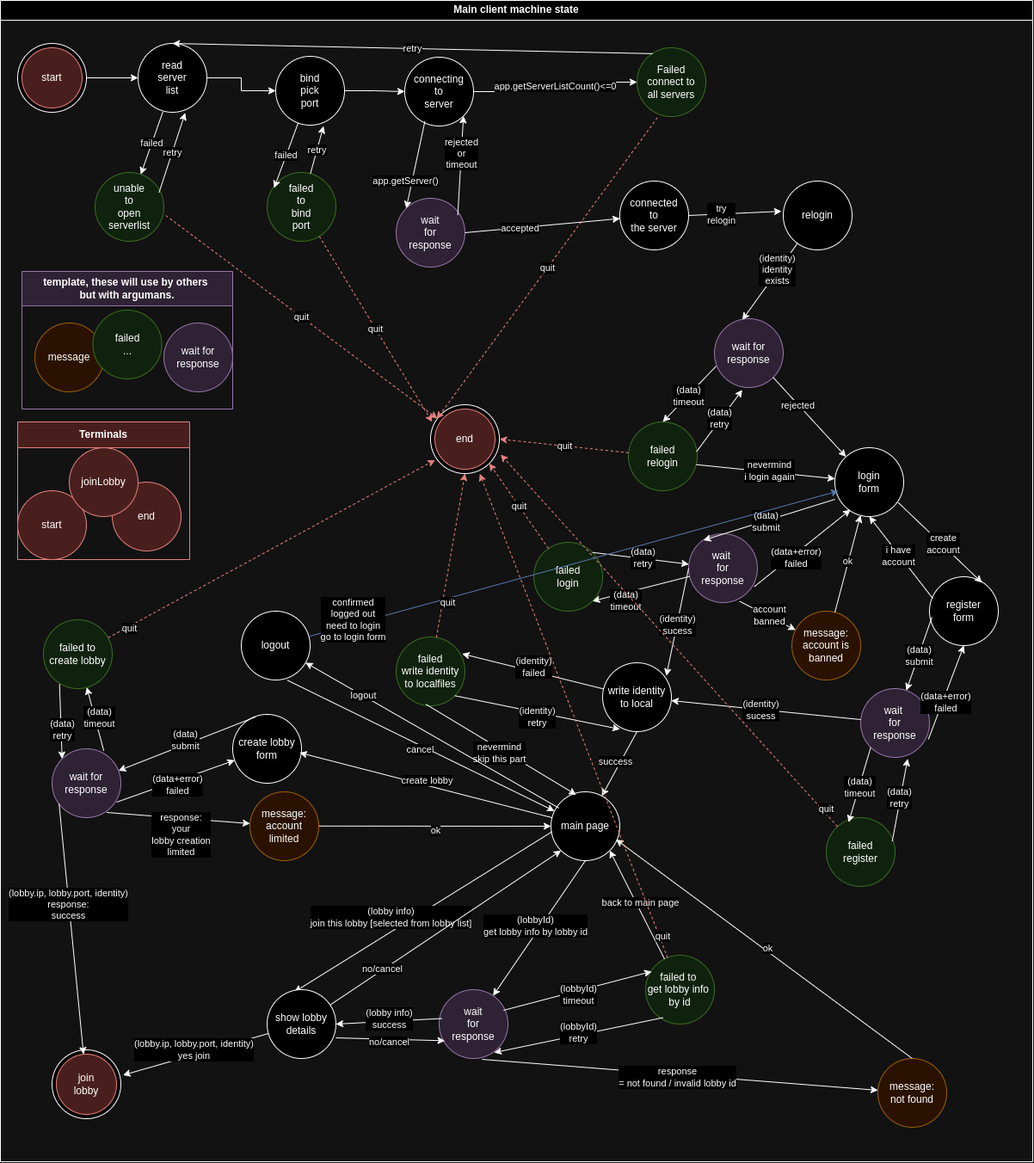
This is docs/machine-state/main-client/main-client-machine-states-dark.png from turnaduw/fluffyMultiplayer, a draw.io export, as it was before one commit. Source tidied: cells renumbered, new cells last; positions are measured from the earlier drawing's top-left corner, leaving out a move shared by most shapes.
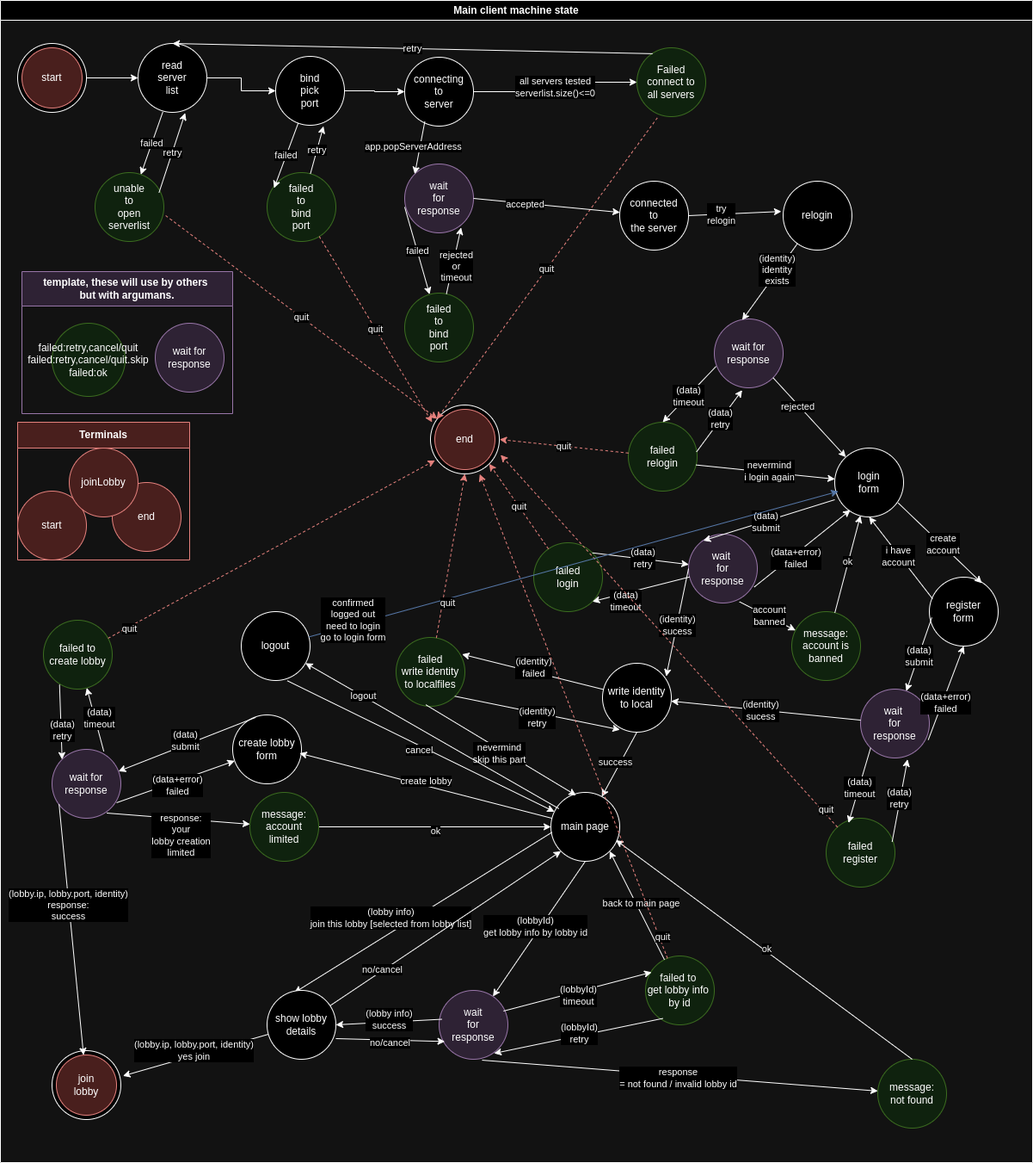
Above is the later version.

Commit message:
doc mainclient machine state updated.

What changed in the source:
```diff
@@ -44,7 +44,7 @@
     <mxCell id="15" value="bind&lt;br&gt;pick&lt;br&gt;port" style="ellipse;whiteSpace=wrap;html=1;" parent="2" vertex="1">
       <mxGeometry x="320" y="65" width="80" height="80" as="geometry" />
     </mxCell>
-    <mxCell id="16" value="app.getServerListCount()&amp;lt;=0" style="edgeStyle=orthogonalEdgeStyle;rounded=0;jettySize=auto;html=1;entryX=0;entryY=0.5;entryDx=0;entryDy=0;" parent="2" edge="1" source="17" target="23">
+    <mxCell id="16" value="all servers tested&lt;br&gt;serverlist.size()&amp;lt;=0" style="edgeStyle=orthogonalEdgeStyle;rounded=0;jettySize=auto;html=1;entryX=0;entryY=0.5;entryDx=0;entryDy=0;" parent="2" edge="1" source="17" target="23">
       <mxGeometry relative="1" as="geometry" />
     </mxCell>
     <mxCell id="17" value="connecting&lt;br&gt;to&lt;br&gt;server" style="ellipse;whiteSpace=wrap;html=1;" parent="2" vertex="1">
@@ -63,13 +63,13 @@
       <mxGeometry relative="1" as="geometry" />
     </mxCell>
     <mxCell id="22" value="wait&lt;br&gt;for&lt;br&gt;response" style="ellipse;whiteSpace=wrap;html=1;fillColor=#e1d5e7;strokeColor=#9673a6;" parent="2" vertex="1">
-      <mxGeometry x="460" y="230" width="80" height="80" as="geometry" />
+      <mxGeometry x="470" y="190" width="80" height="80" as="geometry" />
     </mxCell>
     <mxCell id="23" value="Failed&lt;br&gt;connect to&lt;br&gt;all servers" style="ellipse;whiteSpace=wrap;html=1;fillColor=#d5e8d4;strokeColor=#82b366;" parent="2" vertex="1">
       <mxGeometry x="740" y="55" width="80" height="80" as="geometry" />
     </mxCell>
-    <mxCell id="24" value="app.getServer()" style="endArrow=classic;html=1;rounded=0;entryX=0;entryY=0;entryDx=0;entryDy=0;exitX=0.293;exitY=0.931;exitDx=0;exitDy=0;exitPerimeter=0;" parent="2" edge="1" source="17" target="22">
-      <mxGeometry x="0.4" y="-7" relative="1" as="geometry" />
+    <mxCell id="24" value="app.popServerAddress" style="endArrow=classic;html=1;rounded=0;entryX=0;entryY=0;entryDx=0;entryDy=0;exitX=0.293;exitY=0.931;exitDx=0;exitDy=0;exitPerimeter=0;" parent="2" edge="1" source="17" target="22">
+      <mxGeometry x="0.01" y="-8" relative="1" as="geometry" />
     </mxCell>
     <mxCell id="25" value="quit" style="endArrow=classic;html=1;rounded=0;fillColor=#f8cecc;strokeColor=#b85450;dashed=1;entryX=0.09;entryY=0.206;entryDx=0;entryDy=0;entryPerimeter=0;exitX=0.297;exitY=1.017;exitDx=0;exitDy=0;exitPerimeter=0;" parent="2" edge="1" source="23" target="9">
       <mxGeometry relative="1" as="geometry" />
@@ -77,9 +77,6 @@
     <mxCell id="26" value="retry" style="endArrow=classic;html=1;rounded=0;entryX=0.5;entryY=0;entryDx=0;entryDy=0;exitX=0.228;exitY=0.086;exitDx=0;exitDy=0;exitPerimeter=0;" parent="2" edge="1" source="23" target="7">
       <mxGeometry relative="1" as="geometry" />
     </mxCell>
-    <mxCell id="27" value="rejected&lt;br&gt;or&lt;br&gt;timeout" style="endArrow=classic;html=1;rounded=0;entryX=1;entryY=1;entryDx=0;entryDy=0;exitX=0.896;exitY=0.241;exitDx=0;exitDy=0;exitPerimeter=0;" parent="2" edge="1" source="22" target="17">
-      <mxGeometry x="0.25" relative="1" as="geometry" />
-    </mxCell>
     <mxCell id="28" value="connected&lt;br&gt;to&lt;br&gt;the server" style="ellipse;whiteSpace=wrap;html=1;" parent="2" vertex="1">
       <mxGeometry x="720" y="210" width="80" height="80" as="geometry" />
     </mxCell>
@@ -242,7 +239,7 @@
     <mxCell id="81" value="back to main page" style="endArrow=classic;html=1;rounded=0;entryX=1;entryY=1;entryDx=0;entryDy=0;" parent="2" edge="1" source="78" target="64">
       <mxGeometry y="-5" relative="1" as="geometry" />
     </mxCell>
-    <mxCell id="82" value="message:&lt;br&gt;not found" style="ellipse;whiteSpace=wrap;html=1;fillColor=#ffe6cc;strokeColor=#d79b00;" parent="2" vertex="1">
+    <mxCell id="82" value="message:&lt;br&gt;not found" style="ellipse;whiteSpace=wrap;html=1;fillColor=#d5e8d4;strokeColor=#82b366;" parent="2" vertex="1">
       <mxGeometry x="1020" y="1230" width="80" height="80" as="geometry" />
     </mxCell>
     <mxCell id="83" value="response&lt;br&gt;= not found / invalid lobby id" style="endArrow=classic;html=1;rounded=0;exitX=0.625;exitY=1.013;exitDx=0;exitDy=0;exitPerimeter=0;" parent="2" edge="1" source="75" target="82">
@@ -301,7 +298,7 @@
         <mxPoint x="640" y="960" as="targetPoint" />
       </mxGeometry>
     </mxCell>
-    <mxCell id="101" value="message:&lt;br&gt;account is banned" style="ellipse;whiteSpace=wrap;html=1;fillColor=#ffe6cc;strokeColor=#d79b00;" parent="2" vertex="1">
+    <mxCell id="101" value="message:&lt;br&gt;account is banned" style="ellipse;whiteSpace=wrap;html=1;fillColor=#d5e8d4;strokeColor=#82b366;" parent="2" vertex="1">
       <mxGeometry x="920" y="710" width="80" height="80" as="geometry" />
     </mxCell>
     <mxCell id="102" value="account&lt;br&gt;banned" style="endArrow=classic;html=1;rounded=0;exitX=0.741;exitY=0.982;exitDx=0;exitDy=0;exitPerimeter=0;" parent="2" edge="1" source="44" target="101">
@@ -310,23 +307,20 @@
     <mxCell id="103" value="ok" style="endArrow=classic;html=1;rounded=0;" parent="2" edge="1" source="101" target="34">
       <mxGeometry x="0.05" y="1" relative="1" as="geometry" />
     </mxCell>
-    <mxCell id="104" value="message:&lt;br&gt;account limited" style="ellipse;whiteSpace=wrap;html=1;fillColor=#ffe6cc;strokeColor=#d79b00;" parent="2" vertex="1">
+    <mxCell id="104" value="message:&lt;br&gt;account limited" style="ellipse;whiteSpace=wrap;html=1;fillColor=#d5e8d4;strokeColor=#82b366;" parent="2" vertex="1">
       <mxGeometry x="290" y="920" width="80" height="80" as="geometry" />
     </mxCell>
     <mxCell id="105" value="response:&lt;br&gt;your&lt;br&gt;lobby creation&lt;br&gt;limited" style="endArrow=classic;html=1;rounded=0;exitX=0.795;exitY=0.925;exitDx=0;exitDy=0;exitPerimeter=0;" parent="2" edge="1" source="87" target="104">
       <mxGeometry x="0.06" y="-19" relative="1" as="geometry" />
     </mxCell>
     <mxCell id="106" value="template, these will use by others&amp;nbsp;&lt;br&gt;but with argumans." style="swimlane;whiteSpace=wrap;html=1;startSize=40;fillColor=#e1d5e7;strokeColor=#9673a6;" parent="2" vertex="1">
-      <mxGeometry x="25" y="315" width="245" height="160" as="geometry" />
+      <mxGeometry x="25" y="315" width="245" height="165" as="geometry" />
     </mxCell>
-    <mxCell id="107" value="message" style="ellipse;whiteSpace=wrap;html=1;fillColor=#ffe6cc;strokeColor=#d79b00;" parent="106" vertex="1">
-      <mxGeometry x="15" y="60" width="80" height="80" as="geometry" />
-    </mxCell>
     <mxCell id="108" value="wait for response" style="ellipse;whiteSpace=wrap;html=1;fillColor=#e1d5e7;strokeColor=#9673a6;" parent="106" vertex="1">
-      <mxGeometry x="165" y="60" width="80" height="80" as="geometry" />
+      <mxGeometry x="155" y="60" width="80" height="80" as="geometry" />
     </mxCell>
-    <mxCell id="109" value="failed&lt;br&gt;..." style="ellipse;whiteSpace=wrap;html=1;fillColor=#d5e8d4;strokeColor=#82b366;" parent="106" vertex="1">
-      <mxGeometry x="82.5" y="45" width="80" height="80" as="geometry" />
+    <mxCell id="109" value="failed:retry,cancel/quit&lt;br&gt;failed:retry,cancel/quit.skip&lt;br&gt;failed:ok" style="ellipse;whiteSpace=wrap;html=1;fillColor=#d5e8d4;strokeColor=#82b366;" parent="106" vertex="1">
+      <mxGeometry x="35" y="60" width="85" height="85" as="geometry" />
     </mxCell>
     <mxCell id="110" value="Terminals" style="swimlane;whiteSpace=wrap;html=1;startSize=30;fillColor=#f8cecc;strokeColor=#b85450;" parent="2" vertex="1">
       <mxGeometry x="20" y="490" width="200" height="160" as="geometry" />
@@ -340,5 +334,14 @@
     <mxCell id="113" value="joinLobby" style="ellipse;whiteSpace=wrap;html=1;fillColor=#f8cecc;strokeColor=#b85450;" parent="110" vertex="1">
       <mxGeometry x="60" y="30" width="80" height="80" as="geometry" />
     </mxCell>
+    <mxCell id="114" value="failed&lt;br&gt;to&lt;br&gt;bind&lt;br&gt;port" style="ellipse;whiteSpace=wrap;html=1;fillColor=#d5e8d4;strokeColor=#82b366;" parent="2" vertex="1">
+      <mxGeometry x="470" y="340" width="80" height="80" as="geometry" />
+    </mxCell>
+    <mxCell id="27" value="rejected&lt;br&gt;or&lt;br&gt;timeout" style="endArrow=classic;html=1;rounded=0;entryX=0.82;entryY=0.923;entryDx=0;entryDy=0;entryPerimeter=0;" parent="2" edge="1" source="114" target="22">
+      <mxGeometry x="-0.15" y="-4" relative="1" as="geometry" />
+    </mxCell>
+    <mxCell id="115" value="failed" style="endArrow=classic;html=1;rounded=0;exitX=0;exitY=0.625;exitDx=0;exitDy=0;exitPerimeter=0;" parent="2" edge="1" source="22" target="114">
+      <mxGeometry relative="1" as="geometry" />
+    </mxCell>
   </root>
 </mxGraphModel>
```
